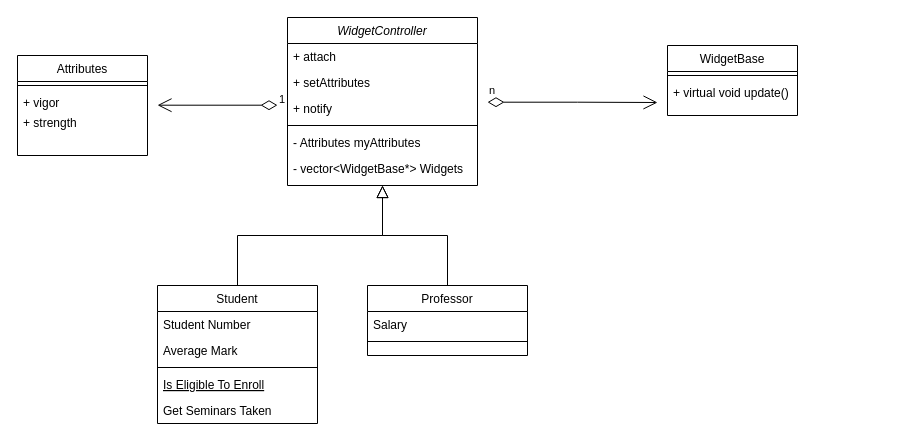
Above: Observer.drawio in hhw-cainiao/GameplayAbilitySystem_Aura (draw.io), before the change. Source tidied: cells renumbered, new cells numbered last; positions are measured from the earlier drawing's top-left corner, leaving out a move shared by most shapes. Both pictures are drawn from the tidied source at 100%, with x=0, y=0 at pixel (17, 17).
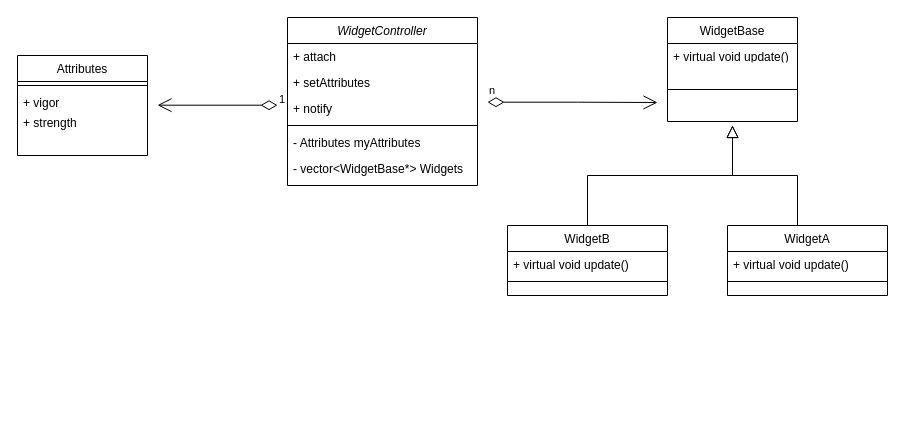
The same diagram, later.

Unchanged cells that the change refers to:
```xml
<mxCell id="2" value="WidgetController" style="swimlane;fontStyle=2;align=center;verticalAlign=top;horizontal=1;startSize=26;rounded=0;shadow=0;strokeWidth=1;" parent="1" vertex="1">
  <mxGeometry x="270" width="190" height="168" as="geometry" />
</mxCell>
```

The edit, as a diff of the source:
```diff
@@
-    <mxCell id="9" value="Student" style="swimlane;fontStyle=0;align=center;verticalAlign=top;horizontal=1;startSize=26;rounded=0;shadow=0;strokeWidth=1;" parent="1" vertex="1">
-      <mxGeometry x="140" y="268" width="160" height="138" as="geometry" />
-    </mxCell>
-    <mxCell id="10" value="Student Number" style="text;align=left;verticalAlign=top;spacingLeft=4;spacingRight=4;overflow=hidden;" parent="9" vertex="1">
-      <mxGeometry y="26" width="160" height="26" as="geometry" />
-    </mxCell>
-    <mxCell id="11" value="Average Mark" style="text;align=left;verticalAlign=top;spacingLeft=4;spacingRight=4;overflow=hidden;rounded=0;shadow=0;html=0;" parent="9" vertex="1">
-      <mxGeometry y="52" width="160" height="26" as="geometry" />
-    </mxCell>
-    <mxCell id="12" style="line;html=1;strokeWidth=1;align=left;verticalAlign=middle;spacingTop=-1;spacingLeft=3;spacingRight=3;labelPosition=right;" parent="9" vertex="1">
-      <mxGeometry y="78" width="160" height="8" as="geometry" />
-    </mxCell>
-    <mxCell id="13" value="Is Eligible To Enroll" style="text;align=left;verticalAlign=top;spacingLeft=4;spacingRight=4;overflow=hidden;fontStyle=4;" parent="9" vertex="1">
-      <mxGeometry y="86" width="160" height="26" as="geometry" />
-    </mxCell>
-    <mxCell id="14" value="Get Seminars Taken" style="text;align=left;verticalAlign=top;spacingLeft=4;spacingRight=4;overflow=hidden;" parent="9" vertex="1">
-      <mxGeometry y="112" width="160" height="26" as="geometry" />
-    </mxCell>
-    <mxCell id="15" style="endArrow=block;endSize=10;endFill=0;shadow=0;strokeWidth=1;rounded=0;curved=0;edgeStyle=elbowEdgeStyle;elbow=vertical;" parent="1" edge="1" source="9" target="2">
-      <mxGeometry relative="1" as="geometry" />
+    <mxCell id="15" style="endArrow=block;endSize=10;endFill=0;shadow=0;strokeWidth=1;rounded=0;curved=0;edgeStyle=elbowEdgeStyle;elbow=vertical;" parent="1" edge="1">
+      <mxGeometry relative="1" as="geometry">
+        <mxPoint x="570" y="208" as="sourcePoint" />
+        <mxPoint x="715" y="108" as="targetPoint" />
+      </mxGeometry>
     </mxCell>
-    <mxCell id="16" value="Professor" style="swimlane;fontStyle=0;align=center;verticalAlign=top;horizontal=1;startSize=26;rounded=0;shadow=0;strokeWidth=1;" parent="1" vertex="1">
-      <mxGeometry x="350" y="268" width="160" height="70" as="geometry" />
+    <mxCell id="16" value="WidgetA" style="swimlane;fontStyle=0;align=center;verticalAlign=top;horizontal=1;startSize=26;rounded=0;shadow=0;strokeWidth=1;" parent="1" vertex="1">
+      <mxGeometry x="710" y="208" width="160" height="70" as="geometry" />
     </mxCell>
-    <mxCell id="17" value="Salary" style="text;align=left;verticalAlign=top;spacingLeft=4;spacingRight=4;overflow=hidden;" parent="16" vertex="1">
+    <mxCell id="17" value="+ virtual void update()" style="text;align=left;verticalAlign=top;spacingLeft=4;spacingRight=4;overflow=hidden;" parent="16" vertex="1">
       <mxGeometry y="26" width="160" height="26" as="geometry" />
     </mxCell>
@@
-    <mxCell id="19" style="endArrow=block;endSize=10;endFill=0;shadow=0;strokeWidth=1;rounded=0;curved=0;edgeStyle=elbowEdgeStyle;elbow=vertical;" parent="1" edge="1" source="16" target="2">
-      <mxGeometry relative="1" as="geometry" />
+    <mxCell id="19" style="endArrow=block;endSize=10;endFill=0;shadow=0;strokeWidth=1;rounded=0;curved=0;edgeStyle=elbowEdgeStyle;elbow=vertical;" parent="1" edge="1">
+      <mxGeometry relative="1" as="geometry">
+        <mxPoint x="780" y="208" as="sourcePoint" />
+        <mxPoint x="715" y="108" as="targetPoint" />
+      </mxGeometry>
     </mxCell>
@@
     <mxCell id="26" value="WidgetBase" style="swimlane;fontStyle=0;align=center;verticalAlign=top;horizontal=1;startSize=26;rounded=0;shadow=0;strokeWidth=1;" parent="1" vertex="1">
-      <mxGeometry x="650" y="28" width="130" height="70" as="geometry" />
+      <mxGeometry x="650" width="130" height="104" as="geometry" />
     </mxCell>
+    <mxCell id="29" value="+ virtual void update()" style="text;align=left;verticalAlign=top;spacingLeft=4;spacingRight=4;overflow=hidden;" parent="26" vertex="1">
+      <mxGeometry y="26" width="130" height="14" as="geometry" />
+    </mxCell>
     <mxCell id="27" style="line;html=1;strokeWidth=1;align=left;verticalAlign=middle;spacingTop=-1;spacingLeft=3;spacingRight=3;labelPosition=right;" parent="26" vertex="1">
-      <mxGeometry y="26" width="130" height="8" as="geometry" />
+      <mxGeometry y="40" width="130" height="64" as="geometry" />
     </mxCell>
-    <mxCell id="28" value="+ virtual void update()" style="text;align=left;verticalAlign=top;spacingLeft=4;spacingRight=4;overflow=hidden;" parent="26" vertex="1">
-      <mxGeometry y="34" width="130" height="20" as="geometry" />
-    </mxCell>
+    <mxCell id="30" value="WidgetB" style="swimlane;fontStyle=0;align=center;verticalAlign=top;horizontal=1;startSize=26;rounded=0;shadow=0;strokeWidth=1;" parent="1" vertex="1">
+      <mxGeometry x="490" y="208" width="160" height="70" as="geometry" />
+    </mxCell>
+    <mxCell id="31" value="+ virtual void update()" style="text;align=left;verticalAlign=top;spacingLeft=4;spacingRight=4;overflow=hidden;" parent="30" vertex="1">
+      <mxGeometry y="26" width="160" height="26" as="geometry" />
+    </mxCell>
+    <mxCell id="32" style="line;html=1;strokeWidth=1;align=left;verticalAlign=middle;spacingTop=-1;spacingLeft=3;spacingRight=3;labelPosition=right;" parent="30" vertex="1">
+      <mxGeometry y="52" width="160" height="8" as="geometry" />
+    </mxCell>
```
